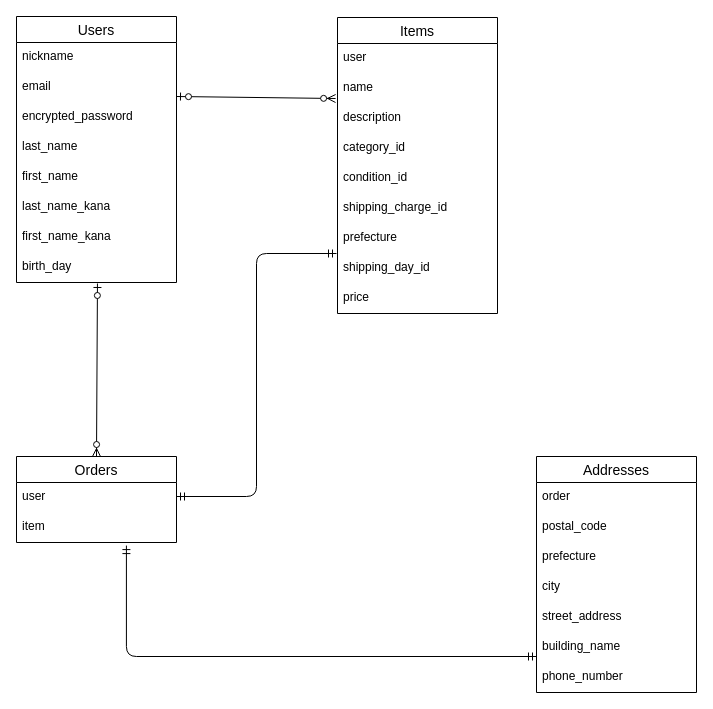
Before: furima.dio in warawarakid/furima-39153, a draw.io diagram. Source tidied: cells renumbered, new cells numbered last; positions are measured from the earlier drawing's top-left corner, leaving out a move shared by most shapes. Both pictures are drawn from the tidied source at 100%, with x=0, y=0 at pixel (16, 16).
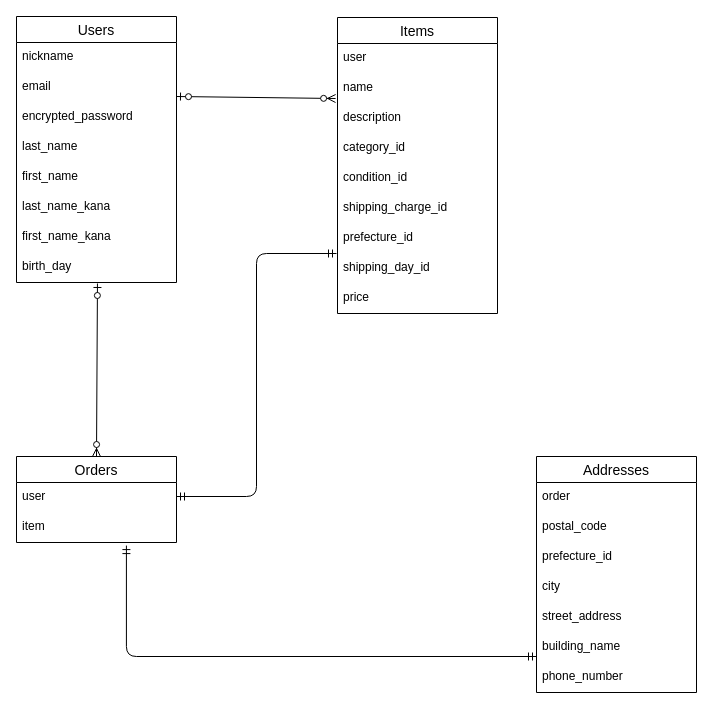
The same page after the edit.

The change refers to these unchanged cells:
```xml
<mxCell id="11" value="Items" style="swimlane;fontStyle=0;horizontal=1;startSize=26;align=center;fontSize=14;" parent="1" vertex="1">
  <mxGeometry x="321" y="1" width="160" height="296" as="geometry" />
</mxCell>
<mxCell id="25" value="Addresses" style="swimlane;fontStyle=0;horizontal=1;startSize=26;align=center;fontSize=14;" parent="1" vertex="1">
  <mxGeometry x="520" y="440" width="160" height="236" as="geometry" />
</mxCell>
```

What changed in the source:
```diff
@@
-    <mxCell id="18" value="prefecture" style="text;strokeColor=none;fillColor=none;spacingLeft=4;spacingRight=4;overflow=hidden;fontSize=12;" parent="11" vertex="1">
+    <mxCell id="18" value="prefecture_id" style="text;strokeColor=none;fillColor=none;spacingLeft=4;spacingRight=4;overflow=hidden;fontSize=12;" parent="11" vertex="1">
       <mxGeometry y="206" width="160" height="30" as="geometry" />
     </mxCell>
@@
-    <mxCell id="28" value="prefecture" style="text;strokeColor=none;fillColor=none;spacingLeft=4;spacingRight=4;overflow=hidden;fontSize=12;" parent="25" vertex="1">
+    <mxCell id="28" value="prefecture_id" style="text;strokeColor=none;fillColor=none;spacingLeft=4;spacingRight=4;overflow=hidden;fontSize=12;" parent="25" vertex="1">
       <mxGeometry y="86" width="160" height="30" as="geometry" />
     </mxCell>
```
